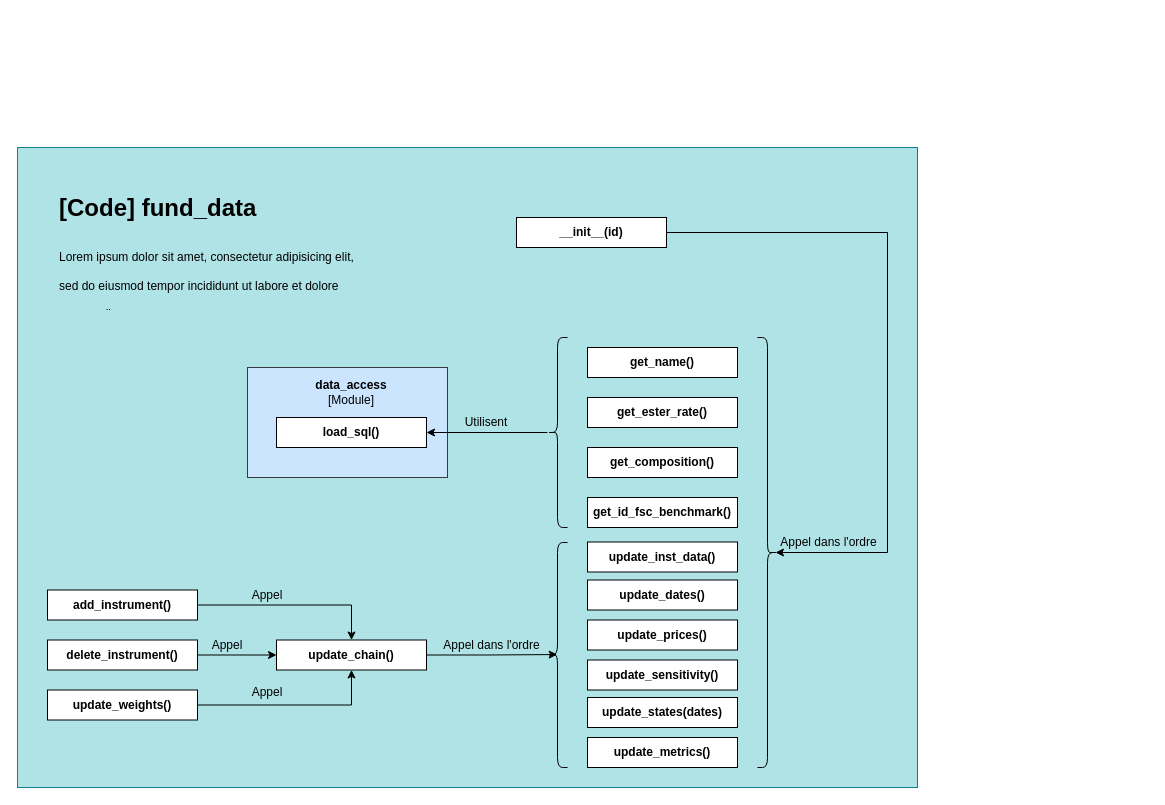
Earlier version of the draw.io diagram Fund_data.drawio (salimelouahdani/DrawIO). Source tidied: cells renumbered, new cells numbered last; positions are measured from the earlier drawing's top-left corner, leaving out a move shared by most shapes. Both pictures are drawn from the tidied source at 100%, with x=0, y=0 at pixel (17, 147).
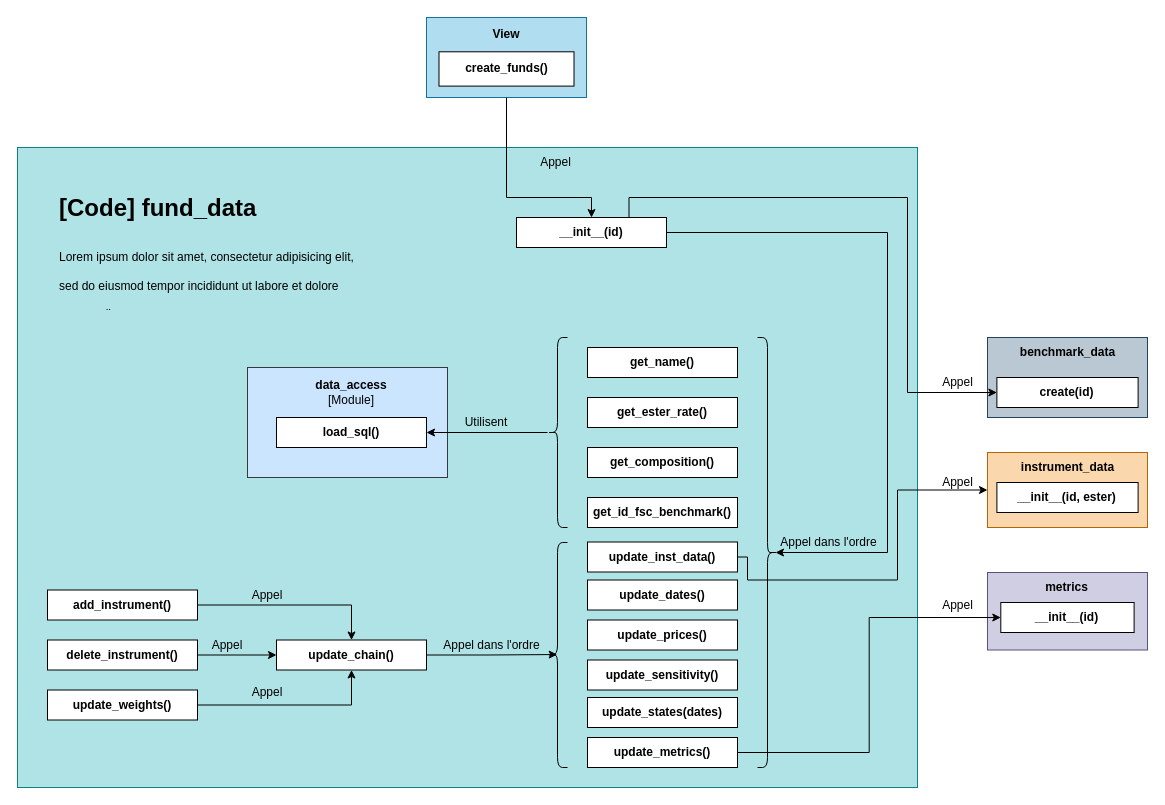
The same page after the edit.

Commit message:
Mettre à jour Fund_data.drawio

The change refers to these unchanged cells:
```xml
<mxCell id="16" value="&lt;b&gt;update_metrics()&lt;/b&gt;" style="rounded=0;whiteSpace=wrap;html=1;" parent="1" vertex="1">
  <mxGeometry x="570" y="590" width="150" height="30" as="geometry" />
</mxCell>
<mxCell id="18" value="&lt;b&gt;__init__(id)&lt;/b&gt;" style="rounded=0;whiteSpace=wrap;html=1;" parent="1" vertex="1">
  <mxGeometry x="499" y="70" width="150" height="30" as="geometry" />
</mxCell>
```

What changed in the source:
```diff
@@
+    <mxCell id="37" style="edgeStyle=orthogonalEdgeStyle;rounded=0;orthogonalLoop=1;jettySize=auto;html=1;entryX=0;entryY=0.5;entryDx=0;entryDy=0;" parent="1" edge="1">
+      <mxGeometry relative="1" as="geometry">
+        <mxPoint x="720" y="409.5" as="sourcePoint" />
+        <mxPoint x="970" y="342.5" as="targetPoint" />
+        <Array as="points">
+          <mxPoint x="730" y="409.5" />
+          <mxPoint x="730" y="432.5" />
+          <mxPoint x="880" y="432.5" />
+          <mxPoint x="880" y="342.5" />
+        </Array>
+      </mxGeometry>
+    </mxCell>
@@
+    <mxCell id="38" value="Appel" style="text;html=1;align=center;verticalAlign=middle;whiteSpace=wrap;rounded=0;" parent="1" vertex="1">
+      <mxGeometry x="890" y="442.5" width="101" height="30" as="geometry" />
+    </mxCell>
+    <mxCell id="39" style="group;" parent="1" vertex="1">
+      <mxGeometry x="970" y="190" width="160" height="80" as="geometry" />
+    </mxCell>
+    <mxCell id="40" value="&lt;br&gt;&lt;div&gt;&lt;br&gt;&lt;/div&gt;" style="rounded=0;whiteSpace=wrap;html=1;fillColor=#bac8d3;strokeColor=#23445d;" parent="39" vertex="1">
+      <mxGeometry width="160" height="80" as="geometry" />
+    </mxCell>
+    <mxCell id="41" value="&lt;b&gt;create(id)&lt;/b&gt;" style="rounded=0;whiteSpace=wrap;html=1;" parent="39" vertex="1">
+      <mxGeometry x="9.4" y="40" width="141.2" height="30" as="geometry" />
+    </mxCell>
+    <mxCell id="42" value="&lt;b&gt;benchmark_data&lt;/b&gt;" style="text;html=1;align=center;verticalAlign=middle;whiteSpace=wrap;rounded=0;" parent="39" vertex="1">
+      <mxGeometry x="51.8" width="56.5" height="30" as="geometry" />
+    </mxCell>
+    <mxCell id="43" style="edgeStyle=orthogonalEdgeStyle;rounded=0;jettySize=auto;html=1;exitX=0.75;exitY=0;exitDx=0;exitDy=0;entryX=0;entryY=0.5;entryDx=0;entryDy=0;" parent="1" edge="1" source="18" target="41">
+      <mxGeometry relative="1" as="geometry">
+        <Array as="points">
+          <mxPoint x="611" y="50" />
+          <mxPoint x="890" y="50" />
+          <mxPoint x="890" y="245" />
+        </Array>
+      </mxGeometry>
+    </mxCell>
+    <mxCell id="44" style="group;" parent="1" vertex="1">
+      <mxGeometry x="970" y="425" width="160" height="77.5" as="geometry" />
+    </mxCell>
+    <mxCell id="45" style="rounded=0;whiteSpace=wrap;html=1;fillColor=#d0cee2;strokeColor=#56517e;" parent="44" vertex="1">
+      <mxGeometry width="160" height="77.5" as="geometry" />
+    </mxCell>
+    <mxCell id="46" value="&lt;b&gt;metrics&lt;/b&gt;" style="text;html=1;align=center;verticalAlign=middle;whiteSpace=wrap;rounded=0;" parent="44" vertex="1">
+      <mxGeometry x="53.3" width="53.3" height="30" as="geometry" />
+    </mxCell>
+    <mxCell id="47" value="&lt;b&gt;__init__(id)&lt;/b&gt;" style="rounded=0;whiteSpace=wrap;html=1;" parent="44" vertex="1">
+      <mxGeometry x="13.3" y="30" width="133.3" height="30" as="geometry" />
+    </mxCell>
+    <mxCell id="48" style="edgeStyle=orthogonalEdgeStyle;rounded=0;jettySize=auto;html=1;entryX=0;entryY=0.5;entryDx=0;entryDy=0;" parent="1" edge="1" source="16" target="47">
+      <mxGeometry relative="1" as="geometry" />
+    </mxCell>
+    <mxCell id="49" value="Appel" style="text;html=1;align=center;verticalAlign=middle;whiteSpace=wrap;rounded=0;" parent="1" vertex="1">
+      <mxGeometry x="890" y="220" width="101" height="30" as="geometry" />
+    </mxCell>
+    <mxCell id="50" style="group;" parent="1" vertex="1">
+      <mxGeometry x="970" y="305" width="160" height="75" as="geometry" />
+    </mxCell>
+    <mxCell id="51" value="&lt;div&gt;&lt;div&gt;&lt;div&gt;&lt;br&gt;&lt;/div&gt;&lt;/div&gt;&lt;/div&gt;" style="rounded=0;whiteSpace=wrap;html=1;fillColor=#fad7ac;strokeColor=#b46504;" parent="50" vertex="1">
+      <mxGeometry width="160" height="75" as="geometry" />
+    </mxCell>
+    <mxCell id="52" value="&lt;b&gt;__init__(id, ester)&lt;/b&gt;" style="rounded=0;whiteSpace=wrap;html=1;" parent="50" vertex="1">
+      <mxGeometry x="9.4" y="30" width="141.2" height="30" as="geometry" />
+    </mxCell>
+    <mxCell id="53" value="&lt;b&gt;instrument_data&lt;/b&gt;" style="text;html=1;align=center;verticalAlign=middle;whiteSpace=wrap;rounded=0;" parent="50" vertex="1">
+      <mxGeometry x="51.8" width="56.5" height="30" as="geometry" />
+    </mxCell>
+    <mxCell id="54" style="group;" parent="1" vertex="1">
+      <mxGeometry x="409" y="-130" width="180" height="80" as="geometry" />
+    </mxCell>
+    <mxCell id="55" style="group;" parent="54" vertex="1">
+      <mxGeometry width="160" height="80" as="geometry" />
+    </mxCell>
+    <mxCell id="56" style="rounded=0;whiteSpace=wrap;html=1;fillColor=#b1ddf0;strokeColor=#10739e;" parent="55" vertex="1">
+      <mxGeometry width="160" height="80" as="geometry" />
+    </mxCell>
+    <mxCell id="57" value="&lt;b&gt;create_funds()&lt;/b&gt;" style="rounded=0;whiteSpace=wrap;html=1;" parent="55" vertex="1">
+      <mxGeometry x="12.5" y="34.3" width="135" height="34.3" as="geometry" />
+    </mxCell>
+    <mxCell id="58" value="&lt;b&gt;View&lt;/b&gt;" style="text;html=1;align=center;verticalAlign=middle;whiteSpace=wrap;rounded=0;" parent="55" vertex="1">
+      <mxGeometry x="50" width="60" height="34.3" as="geometry" />
+    </mxCell>
+    <mxCell id="59" style="edgeStyle=orthogonalEdgeStyle;rounded=0;jettySize=auto;html=1;entryX=0.5;entryY=0;entryDx=0;entryDy=0;" parent="1" edge="1" source="56" target="18">
+      <mxGeometry relative="1" as="geometry">
+        <Array as="points">
+          <mxPoint x="489" y="50" />
+          <mxPoint x="574" y="50" />
+        </Array>
+      </mxGeometry>
+    </mxCell>
+    <mxCell id="60" value="Appel" style="text;html=1;align=center;verticalAlign=middle;whiteSpace=wrap;rounded=0;" parent="1" vertex="1">
+      <mxGeometry x="488" width="101" height="30" as="geometry" />
+    </mxCell>
+    <mxCell id="61" value="Appel" style="text;html=1;align=center;verticalAlign=middle;whiteSpace=wrap;rounded=0;" parent="1" vertex="1">
+      <mxGeometry x="890" y="320" width="101" height="30" as="geometry" />
+    </mxCell>
```
